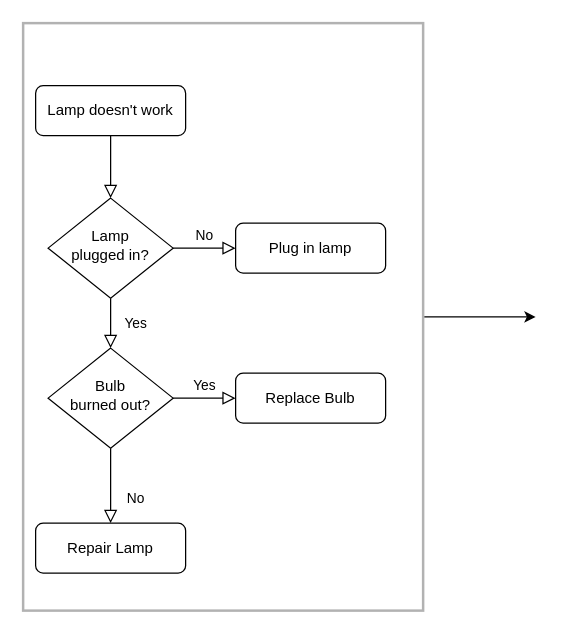
Above: Untitled Diagram.drawio in dclarken/draw.io (draw.io), before the change. Source tidied: cells renumbered, new cells numbered last; positions are measured from the earlier drawing's top-left corner, leaving out a move shared by most shapes. Both pictures are drawn from the tidied source at 125%, with x=0, y=0 at pixel (22, 22).
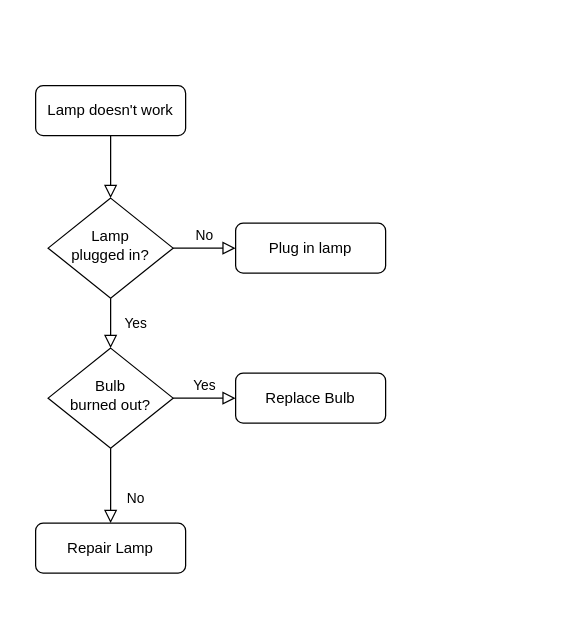
Above is the later version.

Diff of the diagram source:
```diff
@@
 <mxGraphModel>
   <root>
     <mxCell id="0" />
     <mxCell id="1" parent="0" />
-    <mxCell id="2" style="edgeStyle=orthogonalEdgeStyle;rounded=0;jettySize=auto;html=1;" parent="1" edge="1" source="3">
-      <mxGeometry relative="1" as="geometry">
-        <mxPoint x="410" y="235" as="targetPoint" />
-      </mxGeometry>
-    </mxCell>
-    <mxCell id="3" style="rounded=0;whiteSpace=wrap;html=1;imageAspect=1;shadow=0;labelBackgroundColor=#CC99FF;labelBorderColor=none;glass=0;strokeWidth=2;perimeterSpacing=1;opacity=30;" parent="1" vertex="1">
-      <mxGeometry width="320" height="470" as="geometry" />
-    </mxCell>
     <mxCell id="4" style="rounded=0;html=1;jettySize=auto;fontSize=11;endArrow=block;endFill=0;endSize=8;strokeWidth=1;shadow=0;labelBackgroundColor=none;edgeStyle=orthogonalEdgeStyle;" parent="1" edge="1" source="5" target="8">
       <mxGeometry relative="1" as="geometry" />
     </mxCell>
     <mxCell id="5" value="Lamp doesn't work" style="rounded=1;whiteSpace=wrap;html=1;fontSize=12;glass=0;strokeWidth=1;shadow=0;" parent="1" vertex="1">
       <mxGeometry x="10" y="50" width="120" height="40" as="geometry" />
     </mxCell>
     <mxCell id="6" value="Yes" style="rounded=0;html=1;jettySize=auto;fontSize=11;endArrow=block;endFill=0;endSize=8;strokeWidth=1;shadow=0;labelBackgroundColor=none;edgeStyle=orthogonalEdgeStyle;" parent="1" edge="1" source="8" target="12">
       <mxGeometry y="20" relative="1" as="geometry" />
     </mxCell>
     <mxCell id="7" value="No" style="edgeStyle=orthogonalEdgeStyle;rounded=0;html=1;jettySize=auto;fontSize=11;endArrow=block;endFill=0;endSize=8;strokeWidth=1;shadow=0;labelBackgroundColor=none;" parent="1" edge="1" source="8" target="9">
       <mxGeometry y="10" relative="1" as="geometry" />
     </mxCell>
     <mxCell id="8" value="Lamp&lt;br&gt;plugged in?" style="rhombus;whiteSpace=wrap;html=1;shadow=0;fontFamily=Helvetica;fontSize=12;align=center;strokeWidth=1;spacing=6;spacingTop=-4;" parent="1" vertex="1">
       <mxGeometry x="20" y="140" width="100" height="80" as="geometry" />
     </mxCell>
     <mxCell id="9" value="Plug in lamp" style="rounded=1;whiteSpace=wrap;html=1;fontSize=12;glass=0;strokeWidth=1;shadow=0;" parent="1" vertex="1">
       <mxGeometry x="170" y="160" width="120" height="40" as="geometry" />
     </mxCell>
     <mxCell id="10" value="No" style="rounded=0;html=1;jettySize=auto;fontSize=11;endArrow=block;endFill=0;endSize=8;strokeWidth=1;shadow=0;labelBackgroundColor=none;edgeStyle=orthogonalEdgeStyle;" parent="1" edge="1" source="12" target="13">
       <mxGeometry x="0.33" y="20" relative="1" as="geometry" />
     </mxCell>
     <mxCell id="11" value="Yes" style="edgeStyle=orthogonalEdgeStyle;rounded=0;html=1;jettySize=auto;fontSize=11;endArrow=block;endFill=0;endSize=8;strokeWidth=1;shadow=0;labelBackgroundColor=none;" parent="1" edge="1" source="12" target="14">
       <mxGeometry y="10" relative="1" as="geometry" />
     </mxCell>
     <mxCell id="12" value="Bulb&lt;br&gt;burned out?" style="rhombus;whiteSpace=wrap;html=1;shadow=0;fontFamily=Helvetica;fontSize=12;align=center;strokeWidth=1;spacing=6;spacingTop=-4;" parent="1" vertex="1">
       <mxGeometry x="20" y="260" width="100" height="80" as="geometry" />
     </mxCell>
     <mxCell id="13" value="Repair Lamp" style="rounded=1;whiteSpace=wrap;html=1;fontSize=12;glass=0;strokeWidth=1;shadow=0;" parent="1" vertex="1">
       <mxGeometry x="10" y="400" width="120" height="40" as="geometry" />
     </mxCell>
     <mxCell id="14" value="Replace Bulb" style="rounded=1;whiteSpace=wrap;html=1;fontSize=12;glass=0;strokeWidth=1;shadow=0;" parent="1" vertex="1">
       <mxGeometry x="170" y="280" width="120" height="40" as="geometry" />
     </mxCell>
   </root>
 </mxGraphModel>
```
